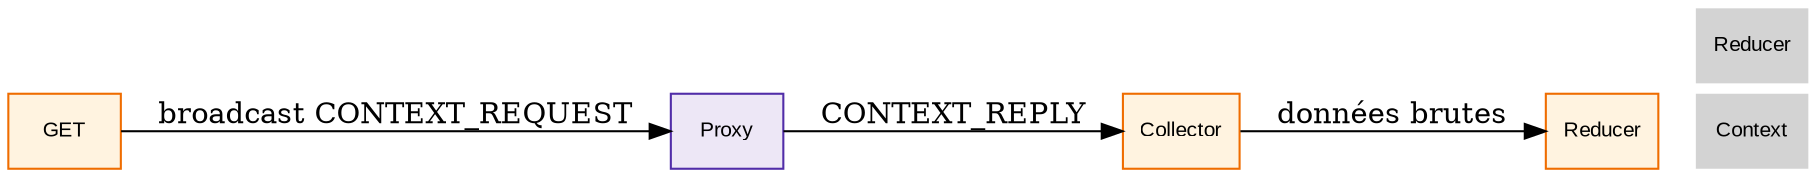
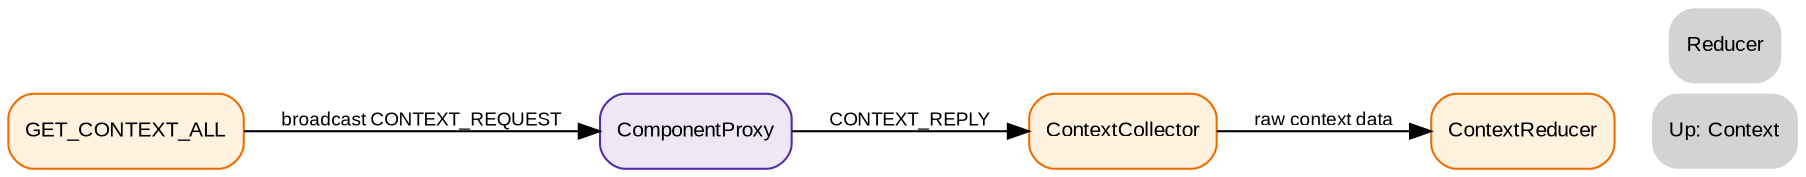
digraph Collector {
+     // ROADMAP_ID: context.collector
+     // ROADMAP_PARENT: context/20_context.dot
+     // ROADMAP_NOTE[phase2_4c]:
+     // Correction des URL relatives : ce fichier est dans le même répertoire que
+     // 20_context.dot, 22_reducer.dot, 23_snapshot.dot et 24_decision_engine.dot.
+ 
    rankdir=LR;
-     node [shape=box, style=filled, fontname="Arial", fontsize=10];
+     node [shape=box, style="rounded,filled", fontname="Arial", fontsize=10];
+     edge [fontname="Arial", fontsize=9];

-     GET [fillcolor="#fff3e0", color="#ef6c00", URL="../20_context.svg"];
-     Proxy [fillcolor="#ede7f6", color="#512da8", URL="../../scheduler/component_proxy/14_component_proxy.svg"];
-     Collector [fillcolor="#fff3e0", color="#ef6c00", URL="../20_context.svg"];
-     Reducer [fillcolor="#fff3e0", color="#ef6c00", URL="../reducer/22_reducer.svg"];
+     GET [label="GET_CONTEXT_ALL", fillcolor="#fff3e0", color="#ef6c00", URL="20_context.svg"];
+     Proxy [label="ComponentProxy", fillcolor="#ede7f6", color="#512da8", URL="../scheduler/component_proxy/14_component_proxy.svg"];
+     Collector [label="ContextCollector", fillcolor="#fff3e0", color="#ef6c00", URL="20_context.svg"];
+     Reducer [label="ContextReducer", fillcolor="#fff3e0", color="#ef6c00", URL="22_reducer.svg"];

-     // Edges
-     GET -> Proxy [label="broadcast CONTEXT_REQUEST"]; // Demande contexte
-     Proxy -> Collector [label="CONTEXT_REPLY"];       // Réponse contexte
-     Collector -> Reducer [label="données brutes"];    // Transmission
+     GET -> Proxy [label="broadcast CONTEXT_REQUEST"];
+     Proxy -> Collector [label="CONTEXT_REPLY"];
+     Collector -> Reducer [label="raw context data"];

-     // Navigation
-     Nav_Context [label="Context", shape=plaintext, URL="../20_context.svg"];
-     Nav_Reducer [label="Reducer", shape=plaintext, URL="../reducer/22_reducer.svg"];
+     Nav_Context [label="Up: Context", shape=plaintext, URL="20_context.svg"];
+     Nav_Reducer [label="Reducer", shape=plaintext, URL="22_reducer.svg"];
+ 
    { rank=sink; Nav_Context; Nav_Reducer; }
}
